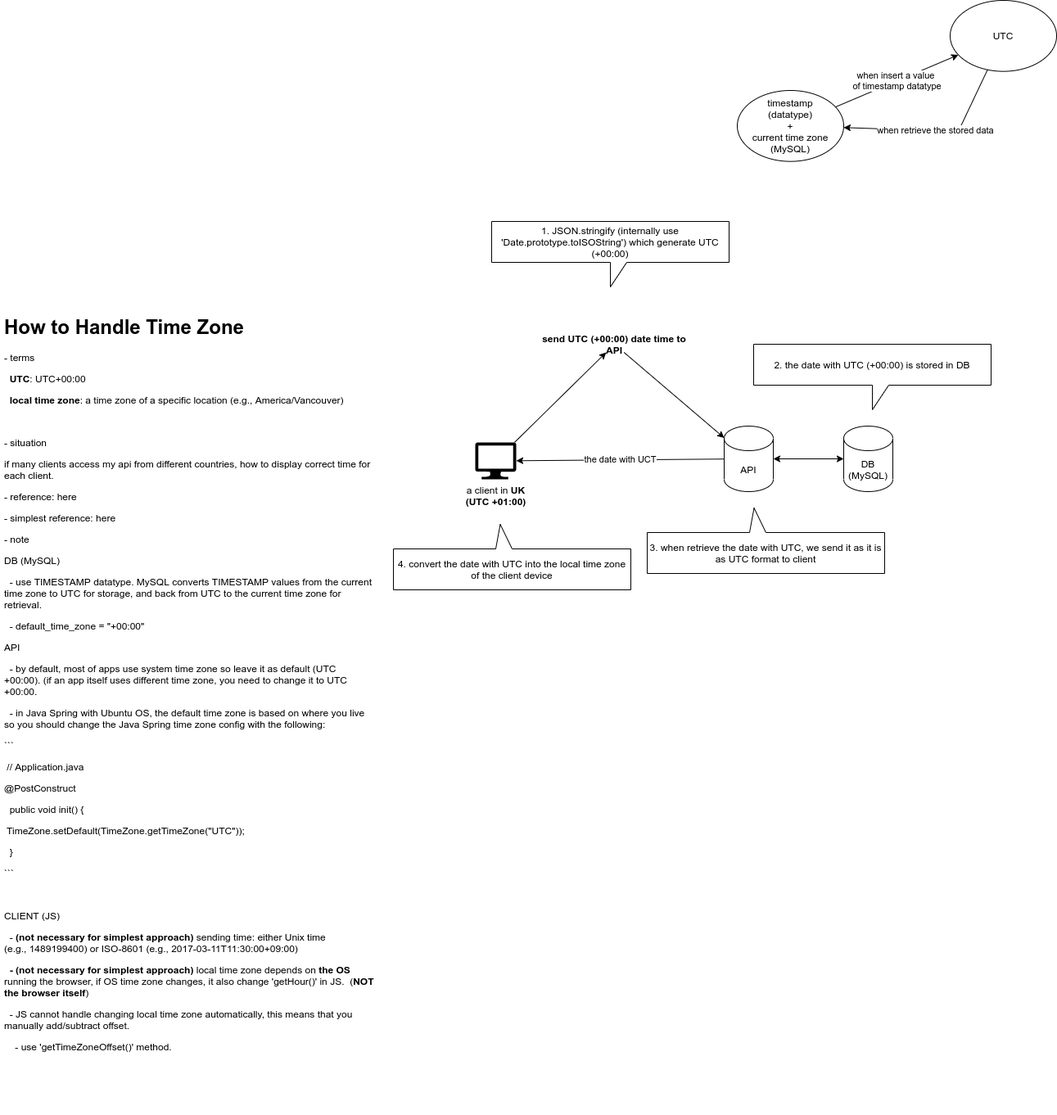
Above: time-zone-overview.png in stsiwo/time-zone (draw.io), before the change. Source tidied: cells renumbered, new cells last; positions are measured from the earlier drawing's top-left corner, leaving out a move shared by most shapes.
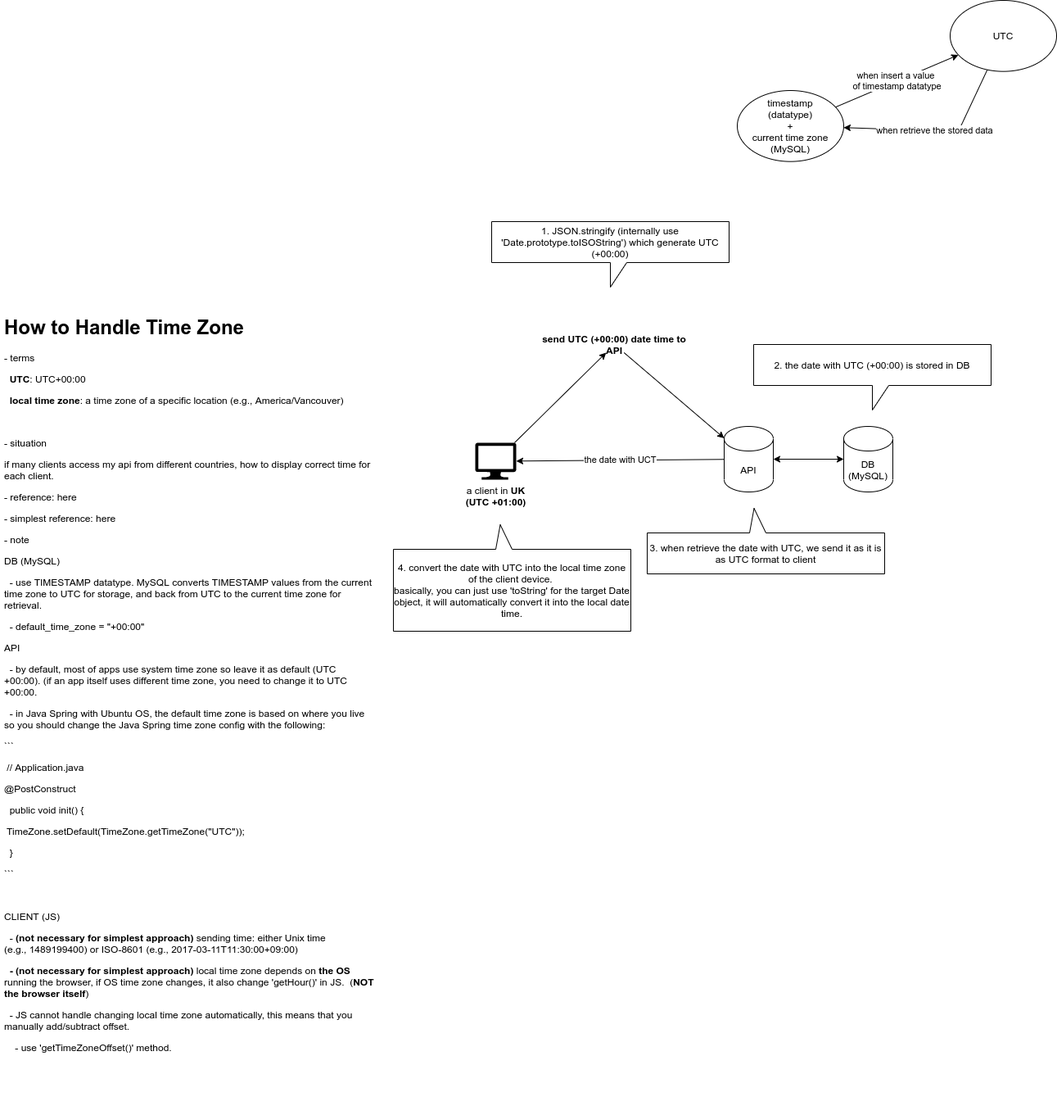
After the change.

Change to the diagram source:
```diff
@@ -54,8 +54,8 @@
     <mxCell id="17" value="3. when retrieve the date with UTC, we send it as it is as UTC format to client" style="shape=callout;whiteSpace=wrap;html=1;perimeter=calloutPerimeter;fillColor=#FFFFFF;direction=west;position2=0.55;" parent="1" vertex="1">
       <mxGeometry x="790" y="620" width="290" height="80" as="geometry" />
     </mxCell>
-    <mxCell id="18" value="4. convert the date with UTC into the local time zone of the client device" style="shape=callout;whiteSpace=wrap;html=1;perimeter=calloutPerimeter;fillColor=#FFFFFF;direction=west;position2=0.55;" parent="1" vertex="1">
-      <mxGeometry x="480" y="640" width="290" height="80" as="geometry" />
+    <mxCell id="18" value="4. convert the date with UTC into the local time zone of the client device.&amp;nbsp;&lt;br&gt;basically, you can just use 'toString' for the target Date object, it will automatically convert it into the local date time." style="shape=callout;whiteSpace=wrap;html=1;perimeter=calloutPerimeter;fillColor=#FFFFFF;direction=west;position2=0.55;" parent="1" vertex="1">
+      <mxGeometry x="480" y="640" width="290" height="130" as="geometry" />
     </mxCell>
   </root>
 </mxGraphModel>
```
